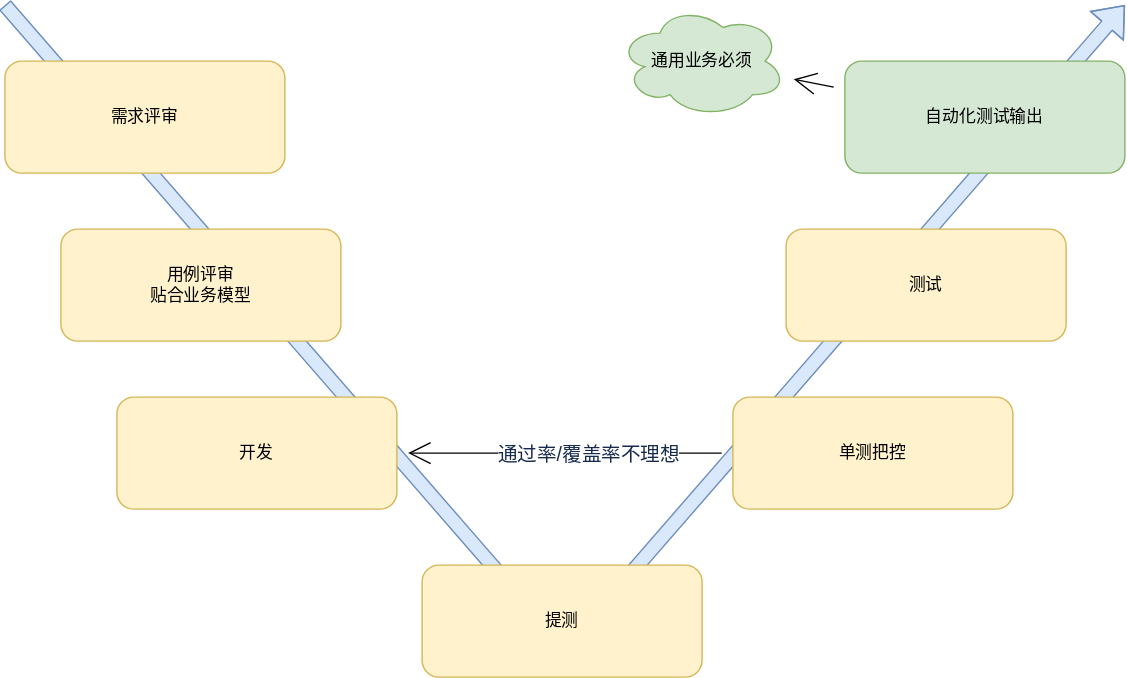
fsdmp/diagrams keeps this draw.io diagram as ddt.drawio.svg. Above is the earlier version. Source tidied: cells renumbered, new cells last; positions are measured from the earlier drawing's top-left corner, leaving out a move shared by most shapes.
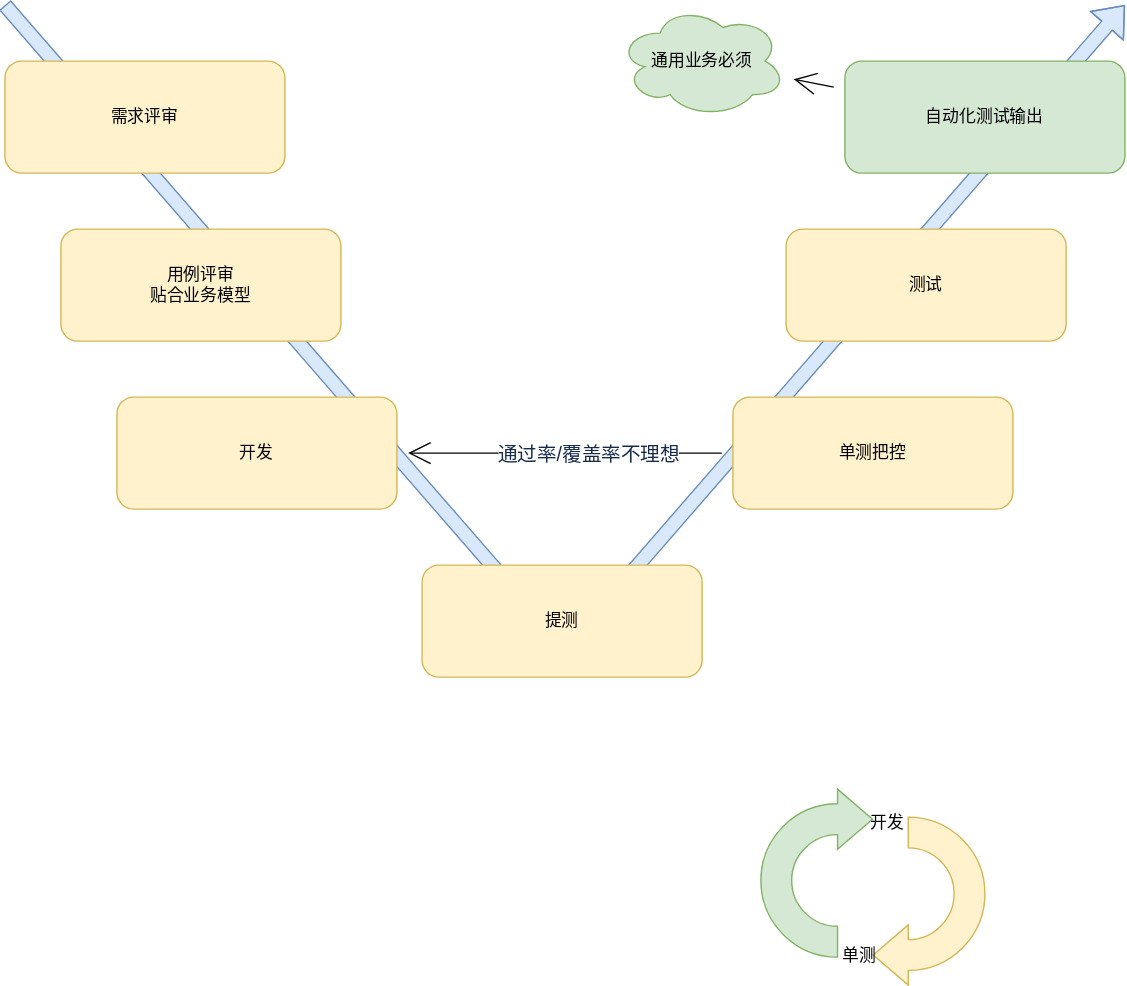
Later version of the same file.

What changed in the source:
```diff
@@ -46,5 +46,17 @@
     <mxCell id="13" value="提测" style="rounded=1;whiteSpace=wrap;html=1;hachureGap=4;fillColor=#fff2cc;strokeColor=#d6b656;" parent="1" vertex="1">
       <mxGeometry x="298" y="400" width="200" height="80" as="geometry" />
     </mxCell>
+    <mxCell id="14" style="html=1;shadow=0;dashed=0;align=center;verticalAlign=middle;shape=mxgraph.arrows2.uTurnArrow;dy=11;arrowHead=43;dx2=25;hachureGap=4;fillColor=#d5e8d4;strokeColor=#82b366;" parent="1" vertex="1">
+      <mxGeometry x="540" y="560" width="30" height="120" as="geometry" />
+    </mxCell>
+    <mxCell id="15" style="html=1;shadow=0;dashed=0;align=center;verticalAlign=middle;shape=mxgraph.arrows2.uTurnArrow;dy=11;arrowHead=43;dx2=25;hachureGap=4;direction=west;fillColor=#fff2cc;strokeColor=#d6b656;" parent="1" vertex="1">
+      <mxGeometry x="680" y="580" width="20" height="120" as="geometry" />
+    </mxCell>
+    <mxCell id="16" value="&lt;span style=&quot;font-weight: normal&quot;&gt;&lt;font style=&quot;font-size: 12px&quot;&gt;开发&lt;/font&gt;&lt;/span&gt;" style="text;html=1;fontSize=24;fontStyle=1;verticalAlign=middle;align=center;hachureGap=4;" parent="1" vertex="1">
+      <mxGeometry x="580" y="560" width="100" height="40" as="geometry" />
+    </mxCell>
+    <mxCell id="17" value="&lt;span style=&quot;font-size: 12px ; font-weight: 400&quot;&gt;单测&lt;/span&gt;" style="text;html=1;fontSize=24;fontStyle=1;verticalAlign=middle;align=center;hachureGap=4;" parent="1" vertex="1">
+      <mxGeometry x="560" y="660" width="100" height="30" as="geometry" />
+    </mxCell>
   </root>
 </mxGraphModel>
```
